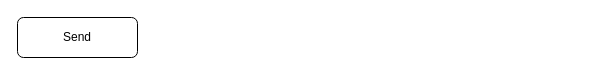
Earlier version of the draw.io diagram T2Write_WorkFlow.drawio (BEYHHH/SBLP). Source tidied: cells renumbered, new cells numbered last; positions are measured from the earlier drawing's top-left corner, leaving out a move shared by most shapes. Both pictures are drawn from the tidied source at 100%, with x=0, y=0 at pixel (17, 17).
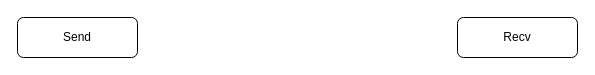
The same page after the edit.

Change to the diagram source:
```diff
@@
 <mxGraphModel>
   <root>
     <mxCell id="0" />
     <mxCell id="1" parent="0" />
     <mxCell id="2" value="Send" style="rounded=1;whiteSpace=wrap;html=1;" parent="1" vertex="1">
       <mxGeometry width="120" height="40" as="geometry" />
     </mxCell>
+    <mxCell id="3" value="Recv" style="rounded=1;whiteSpace=wrap;html=1;" parent="1" vertex="1">
+      <mxGeometry x="440" width="120" height="40" as="geometry" />
+    </mxCell>
   </root>
 </mxGraphModel>
```
